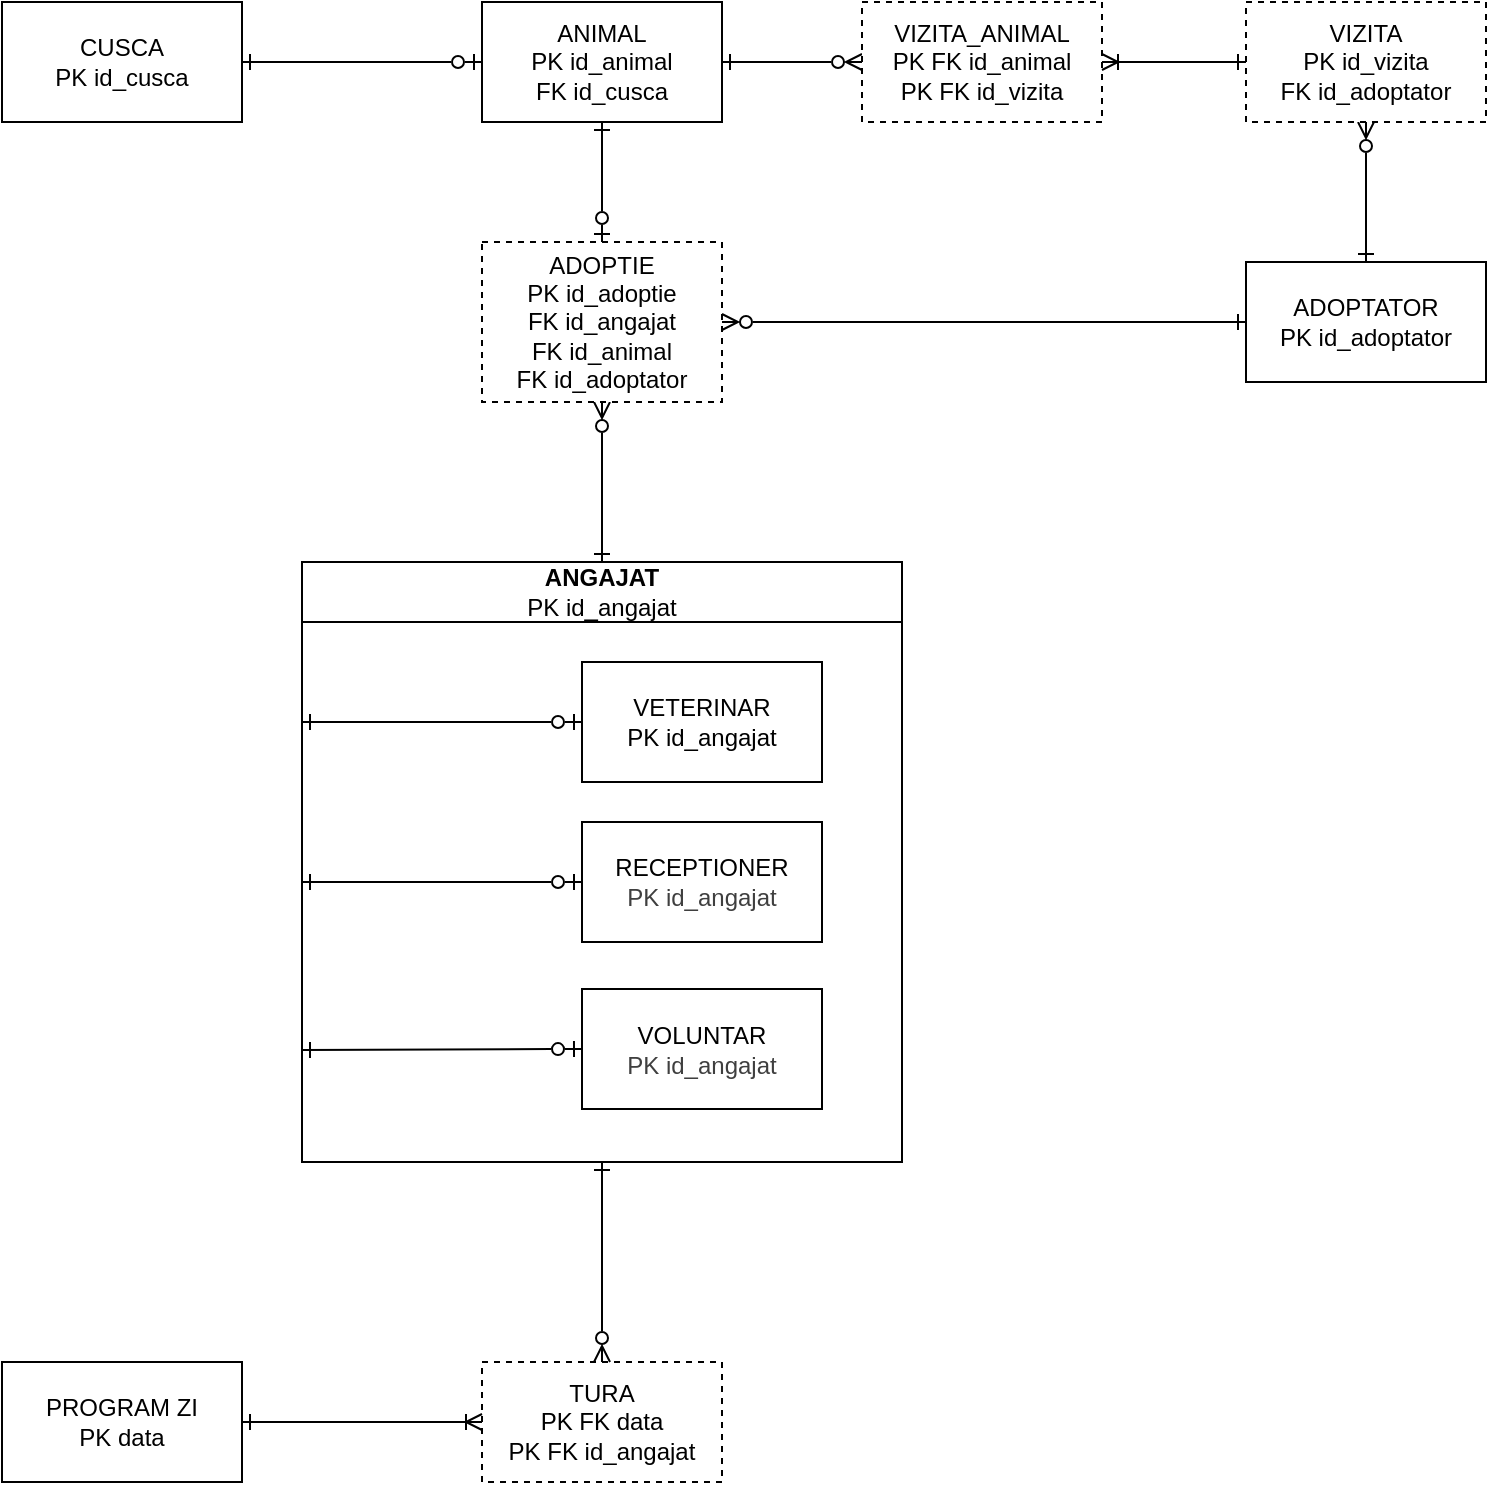
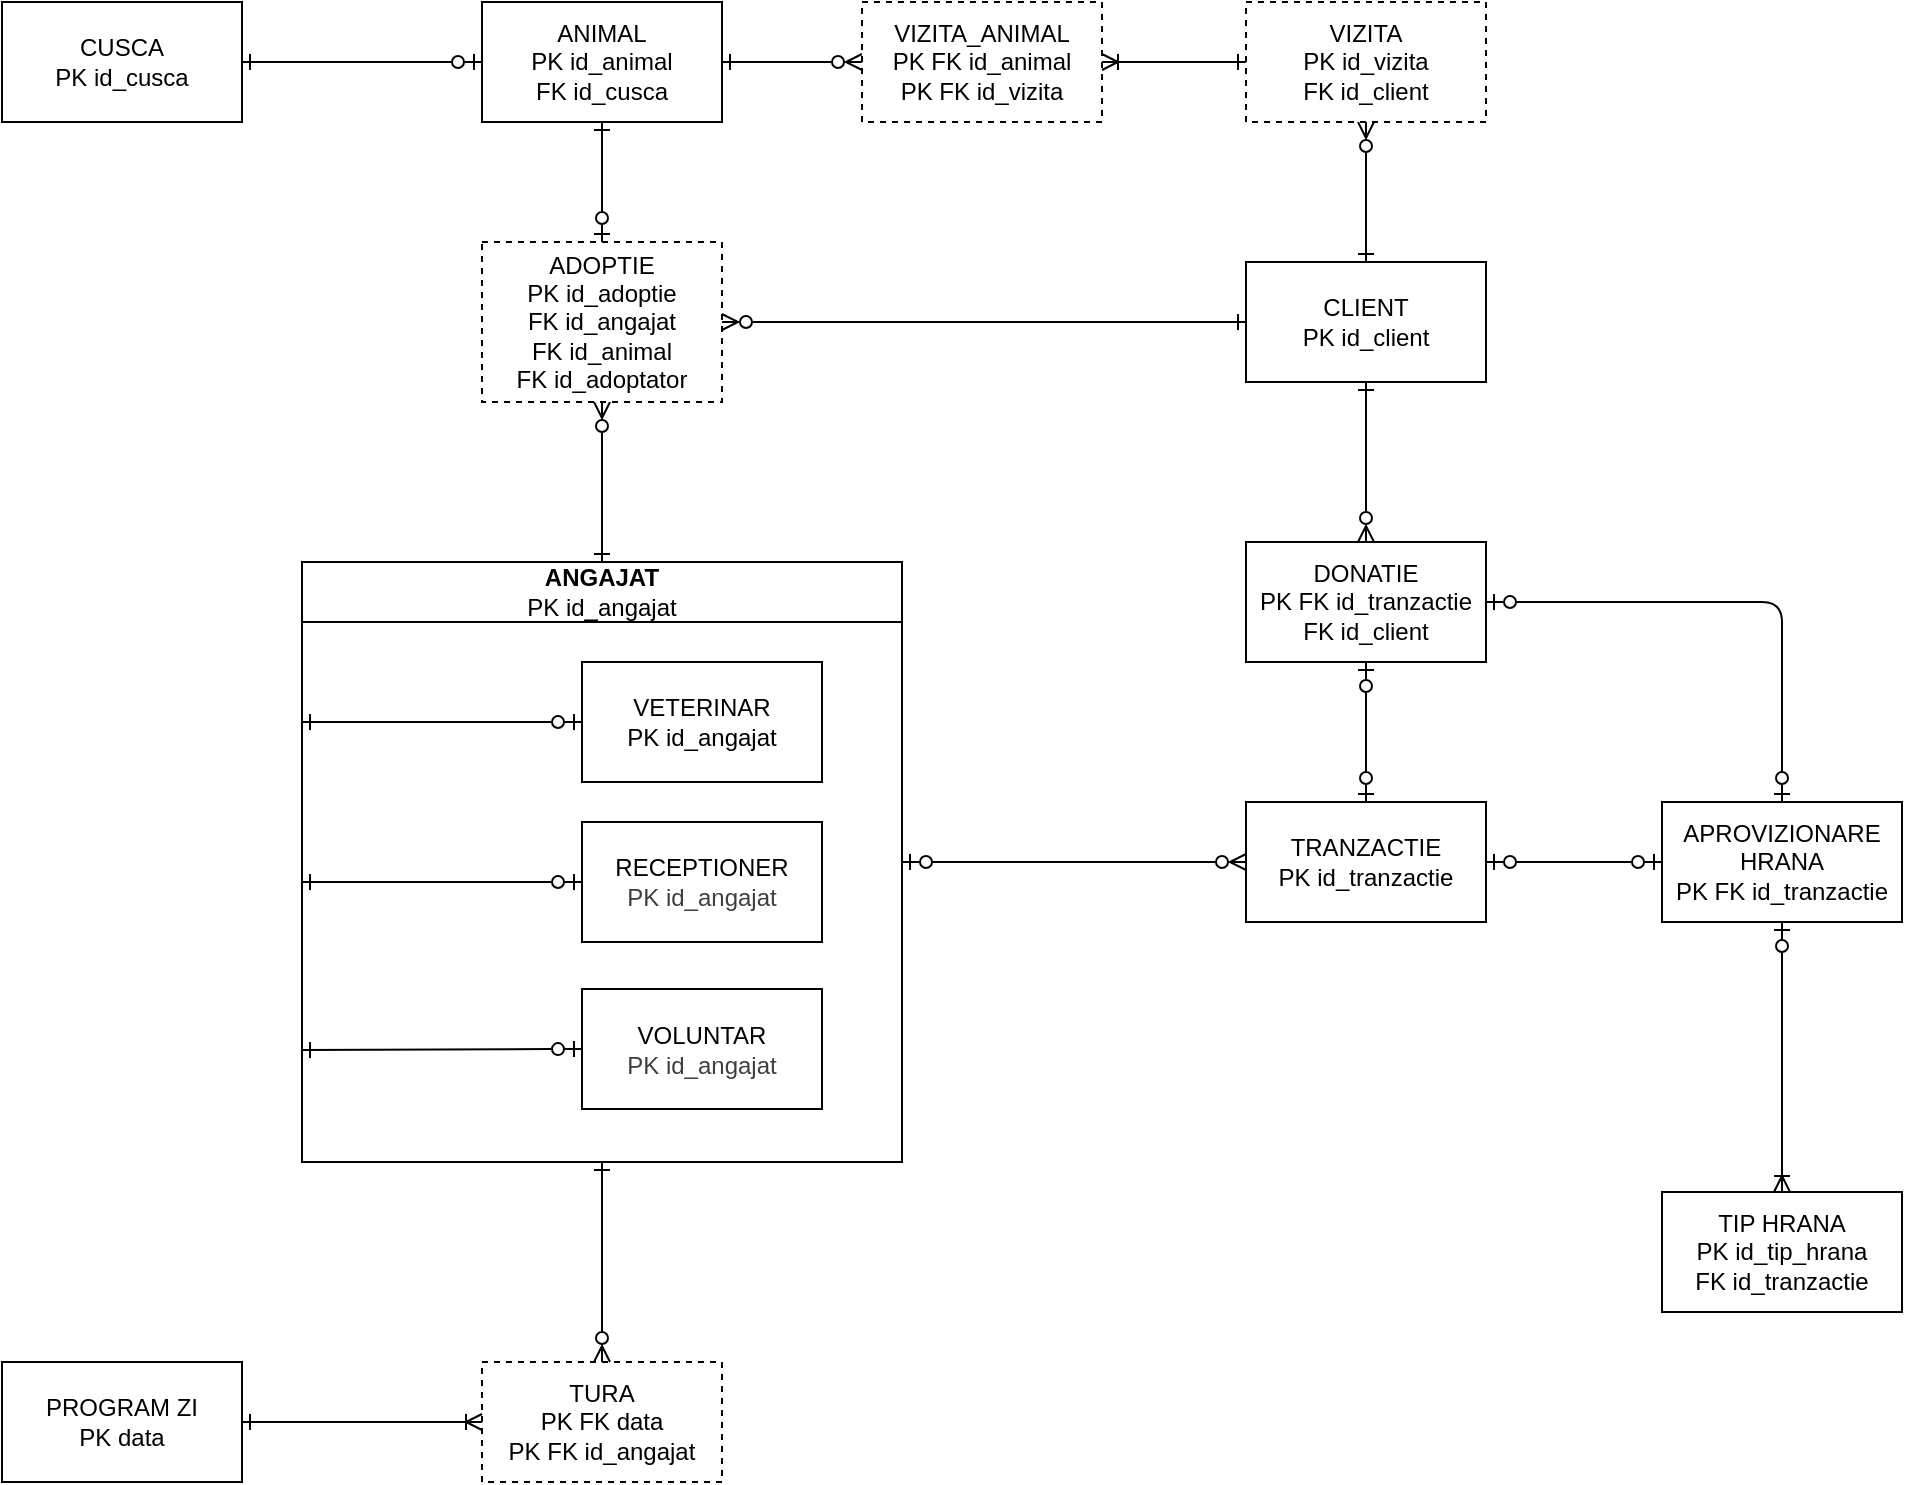
<mxfile host="65bd71144e">
    <diagram id="A1t5_ixmi6wKDEfljeF3" name="Page-1">
-         <mxGraphModel dx="1356" dy="907" grid="1" gridSize="10" guides="1" tooltips="1" connect="1" arrows="1" fold="1" page="1" pageScale="1" pageWidth="1169" pageHeight="827" math="0" shadow="0">
+         <mxGraphModel dx="686" dy="499" grid="1" gridSize="10" guides="1" tooltips="1" connect="1" arrows="1" fold="1" page="1" pageScale="1" pageWidth="1169" pageHeight="827" math="0" shadow="0">
            <root>
                <mxCell id="0"/>
                <mxCell id="1" parent="0"/>
                <mxCell id="14" value="ANIMAL&lt;div&gt;PK id_animal&lt;/div&gt;&lt;div&gt;FK id_cusca&lt;/div&gt;" style="rounded=0;whiteSpace=wrap;html=1;" parent="1" vertex="1">
                    <mxGeometry x="440" y="60" width="120" height="60" as="geometry"/>
                </mxCell>
-                 <mxCell id="17" value="ADOPTATOR&lt;div&gt;PK id_adoptator&lt;/div&gt;" style="rounded=0;whiteSpace=wrap;html=1;" parent="1" vertex="1">
+                 <mxCell id="17" value="&lt;div&gt;&lt;font color=&quot;#000000&quot;&gt;CLIENT&lt;/font&gt;&lt;/div&gt;&lt;div&gt;PK id_client&lt;/div&gt;" style="rounded=0;whiteSpace=wrap;html=1;" parent="1" vertex="1">
                    <mxGeometry x="822" y="190" width="120" height="60" as="geometry"/>
                </mxCell>
                <mxCell id="41" value="" style="group" parent="1" vertex="1" connectable="0">
                    <mxGeometry x="350" y="340" width="300" height="300" as="geometry"/>
                </mxCell>
                <mxCell id="16" value="ANGAJAT&lt;div&gt;&lt;span style=&quot;font-weight: normal;&quot;&gt;PK id_angajat&lt;/span&gt;&lt;/div&gt;" style="swimlane;whiteSpace=wrap;html=1;container=0;startSize=30;" parent="41" vertex="1">
                    <mxGeometry width="300" height="300" as="geometry">
                        <mxRectangle x="280" y="160" width="90" height="30" as="alternateBounds"/>
                    </mxGeometry>
                </mxCell>
                <mxCell id="31" value="" style="endArrow=ERzeroToOne;html=1;entryX=0;entryY=0.5;entryDx=0;entryDy=0;endFill=0;startArrow=ERone;startFill=0;" parent="41" target="21" edge="1">
                    <mxGeometry relative="1" as="geometry">
                        <mxPoint y="244" as="sourcePoint"/>
                        <mxPoint x="170" y="130" as="targetPoint"/>
                    </mxGeometry>
                </mxCell>
                <mxCell id="35" value="" style="endArrow=ERzeroToOne;html=1;entryX=0;entryY=0.5;entryDx=0;entryDy=0;endFill=0;startArrow=ERone;startFill=0;" parent="41" target="19" edge="1">
                    <mxGeometry relative="1" as="geometry">
                        <mxPoint y="80" as="sourcePoint"/>
                        <mxPoint x="170" y="130" as="targetPoint"/>
                        <Array as="points">
                            <mxPoint y="80"/>
                        </Array>
                    </mxGeometry>
                </mxCell>
                <mxCell id="19" value="VETERINAR&lt;div&gt;PK id_angajat&lt;/div&gt;" style="rounded=0;whiteSpace=wrap;html=1;container=0;" parent="41" vertex="1">
                    <mxGeometry x="140" y="50" width="120" height="60" as="geometry"/>
                </mxCell>
                <mxCell id="20" value="RECEPTIONER&lt;div&gt;&lt;span style=&quot;color: rgb(63, 63, 63);&quot;&gt;PK id_angajat&lt;/span&gt;&lt;/div&gt;" style="rounded=0;whiteSpace=wrap;html=1;container=0;" parent="41" vertex="1">
                    <mxGeometry x="140" y="130" width="120" height="60" as="geometry"/>
                </mxCell>
                <mxCell id="21" value="VOLUNTAR&lt;div&gt;&lt;span style=&quot;color: rgb(63, 63, 63);&quot;&gt;PK id_angajat&lt;/span&gt;&lt;/div&gt;" style="rounded=0;whiteSpace=wrap;html=1;container=0;" parent="41" vertex="1">
                    <mxGeometry x="140" y="213.5" width="120" height="60" as="geometry"/>
                </mxCell>
                <mxCell id="27" value="" style="endArrow=ERzeroToOne;html=1;entryX=0;entryY=0.5;entryDx=0;entryDy=0;endFill=0;startArrow=ERone;startFill=0;" parent="41" target="20" edge="1">
                    <mxGeometry relative="1" as="geometry">
                        <mxPoint y="160" as="sourcePoint"/>
                        <mxPoint x="160" y="170" as="targetPoint"/>
                    </mxGeometry>
                </mxCell>
                <mxCell id="42" value="TURA&lt;div&gt;PK FK data&lt;/div&gt;&lt;div&gt;PK FK id_angajat&lt;/div&gt;" style="rounded=0;whiteSpace=wrap;html=1;dashed=1;" parent="1" vertex="1">
                    <mxGeometry x="440" y="740" width="120" height="60" as="geometry"/>
                </mxCell>
                <mxCell id="44" value="CUSCA&lt;div&gt;PK id_cusca&lt;/div&gt;" style="rounded=0;whiteSpace=wrap;html=1;" parent="1" vertex="1">
                    <mxGeometry x="200" y="60" width="120" height="60" as="geometry"/>
                </mxCell>
                <mxCell id="45" value="" style="endArrow=ERzeroToMany;html=1;entryX=0.5;entryY=1;entryDx=0;entryDy=0;exitX=0.5;exitY=0;exitDx=0;exitDy=0;edgeStyle=orthogonalEdgeStyle;elbow=vertical;endFill=0;startArrow=ERone;startFill=0;" parent="1" source="16" target="91" edge="1">
                    <mxGeometry relative="1" as="geometry">
                        <mxPoint x="370" y="400" as="sourcePoint"/>
                        <mxPoint x="500" y="260" as="targetPoint"/>
                    </mxGeometry>
                </mxCell>
                <mxCell id="49" value="" style="endArrow=ERzeroToMany;html=1;entryX=0.5;entryY=0;entryDx=0;entryDy=0;exitX=0.5;exitY=1;exitDx=0;exitDy=0;endFill=0;startArrow=ERone;startFill=0;" parent="1" source="16" target="42" edge="1">
                    <mxGeometry relative="1" as="geometry">
                        <mxPoint x="90" y="524" as="sourcePoint"/>
                        <mxPoint x="250" y="524" as="targetPoint"/>
                    </mxGeometry>
                </mxCell>
                <mxCell id="54" value="" style="endArrow=ERone;html=1;exitX=1;exitY=0.5;exitDx=0;exitDy=0;entryX=0;entryY=0.5;entryDx=0;entryDy=0;endFill=0;startArrow=ERzeroToMany;startFill=0;" parent="1" source="91" target="17" edge="1">
                    <mxGeometry relative="1" as="geometry">
                        <mxPoint x="590" y="220" as="sourcePoint"/>
                        <mxPoint x="530" y="400" as="targetPoint"/>
                    </mxGeometry>
                </mxCell>
                <mxCell id="58" value="" style="endArrow=ERzeroToOne;html=1;exitX=0.5;exitY=1;exitDx=0;exitDy=0;entryX=0.5;entryY=0;entryDx=0;entryDy=0;endFill=0;startArrow=ERone;startFill=0;" parent="1" source="14" target="91" edge="1">
                    <mxGeometry relative="1" as="geometry">
                        <mxPoint x="370" y="400" as="sourcePoint"/>
                        <mxPoint x="500" y="180" as="targetPoint"/>
                    </mxGeometry>
                </mxCell>
                <mxCell id="62" value="" style="endArrow=ERzeroToOne;html=1;exitX=1;exitY=0.5;exitDx=0;exitDy=0;entryX=0;entryY=0.5;entryDx=0;entryDy=0;endFill=0;startArrow=ERone;startFill=0;" parent="1" source="44" target="14" edge="1">
                    <mxGeometry relative="1" as="geometry">
                        <mxPoint x="370" y="400" as="sourcePoint"/>
                        <mxPoint x="530" y="400" as="targetPoint"/>
                    </mxGeometry>
                </mxCell>
                <mxCell id="72" value="" style="endArrow=ERone;html=1;entryX=0.5;entryY=0;entryDx=0;entryDy=0;endFill=0;exitX=0.5;exitY=1;exitDx=0;exitDy=0;startArrow=ERzeroToMany;startFill=0;" parent="1" source="90" target="17" edge="1">
                    <mxGeometry relative="1" as="geometry">
                        <mxPoint x="1102" y="190" as="sourcePoint"/>
                        <mxPoint x="682" y="490" as="targetPoint"/>
                    </mxGeometry>
                </mxCell>
                <mxCell id="78" value="" style="endArrow=ERzeroToMany;html=1;exitX=1;exitY=0.5;exitDx=0;exitDy=0;endFill=0;entryX=0;entryY=0.5;entryDx=0;entryDy=0;startArrow=ERone;startFill=0;" parent="1" source="14" target="92" edge="1">
                    <mxGeometry relative="1" as="geometry">
                        <mxPoint x="670" y="89.55000000000001" as="sourcePoint"/>
                        <mxPoint x="900" y="100" as="targetPoint"/>
                        <Array as="points"/>
                    </mxGeometry>
                </mxCell>
                <mxCell id="83" value="PROGRAM ZI&lt;div&gt;PK data&lt;/div&gt;" style="rounded=0;whiteSpace=wrap;html=1;" parent="1" vertex="1">
                    <mxGeometry x="200" y="740" width="120" height="60" as="geometry"/>
                </mxCell>
                <mxCell id="84" value="" style="endArrow=ERoneToMany;html=1;exitX=1;exitY=0.5;exitDx=0;exitDy=0;entryX=0;entryY=0.5;entryDx=0;entryDy=0;endFill=0;startArrow=ERone;startFill=0;" parent="1" source="83" target="42" edge="1">
                    <mxGeometry relative="1" as="geometry">
                        <mxPoint x="440" y="710" as="sourcePoint"/>
                        <mxPoint x="600" y="710" as="targetPoint"/>
                    </mxGeometry>
                </mxCell>
-                 <mxCell id="90" value="VIZITA&lt;div&gt;PK id_vizita&lt;/div&gt;&lt;div&gt;FK id_adoptator&lt;/div&gt;" style="rounded=0;whiteSpace=wrap;html=1;dashed=1;" parent="1" vertex="1">
+                 <mxCell id="90" value="VIZITA&lt;div&gt;PK id_vizita&lt;/div&gt;&lt;div&gt;FK id_client&lt;/div&gt;" style="rounded=0;whiteSpace=wrap;html=1;dashed=1;" parent="1" vertex="1">
                    <mxGeometry x="822" y="60" width="120" height="60" as="geometry"/>
                </mxCell>
-                 <mxCell id="91" value="ADOPTIE&lt;div&gt;PK id_adoptie&lt;/div&gt;&lt;div&gt;FK id_angajat&lt;/div&gt;&lt;div&gt;FK id_animal&lt;/div&gt;&lt;div&gt;FK id_adoptator&lt;/div&gt;" style="rounded=0;whiteSpace=wrap;html=1;dashed=1;" vertex="1" parent="1">
+                 <mxCell id="91" value="ADOPTIE&lt;div&gt;PK id_adoptie&lt;/div&gt;&lt;div&gt;FK id_angajat&lt;/div&gt;&lt;div&gt;FK id_animal&lt;/div&gt;&lt;div&gt;FK id_adoptator&lt;/div&gt;" style="rounded=0;whiteSpace=wrap;html=1;dashed=1;" parent="1" vertex="1">
                    <mxGeometry x="440" y="180" width="120" height="80" as="geometry"/>
                </mxCell>
-                 <mxCell id="92" value="VIZITA_ANIMAL&lt;div&gt;PK FK id_animal&lt;/div&gt;&lt;div&gt;PK FK id_vizita&lt;/div&gt;" style="rounded=0;whiteSpace=wrap;html=1;dashed=1;" vertex="1" parent="1">
+                 <mxCell id="92" value="VIZITA_ANIMAL&lt;div&gt;PK FK id_animal&lt;/div&gt;&lt;div&gt;PK FK id_vizita&lt;/div&gt;" style="rounded=0;whiteSpace=wrap;html=1;dashed=1;" parent="1" vertex="1">
                    <mxGeometry x="630" y="60" width="120" height="60" as="geometry"/>
                </mxCell>
-                 <mxCell id="93" value="" style="endArrow=ERone;html=1;entryX=0;entryY=0.5;entryDx=0;entryDy=0;exitX=1;exitY=0.5;exitDx=0;exitDy=0;endFill=0;startArrow=ERoneToMany;startFill=0;" edge="1" parent="1" source="92" target="90">
+                 <mxCell id="93" value="" style="endArrow=ERone;html=1;entryX=0;entryY=0.5;entryDx=0;entryDy=0;exitX=1;exitY=0.5;exitDx=0;exitDy=0;endFill=0;startArrow=ERoneToMany;startFill=0;" parent="1" source="92" target="90" edge="1">
                    <mxGeometry relative="1" as="geometry">
                        <mxPoint x="550" y="160" as="sourcePoint"/>
                        <mxPoint x="710" y="160" as="targetPoint"/>
+                     </mxGeometry>
+                 </mxCell>
+                 <mxCell id="96" value="TRANZACTIE&lt;div&gt;PK id_tranzactie&lt;/div&gt;" style="rounded=0;whiteSpace=wrap;html=1;" vertex="1" parent="1">
+                     <mxGeometry x="822" y="460" width="120" height="60" as="geometry"/>
+                 </mxCell>
+                 <mxCell id="97" value="" style="endArrow=ERzeroToMany;html=1;exitX=1;exitY=0.5;exitDx=0;exitDy=0;entryX=0;entryY=0.5;entryDx=0;entryDy=0;endFill=0;startArrow=ERzeroToOne;startFill=0;" edge="1" parent="1" target="96" source="16">
+                     <mxGeometry relative="1" as="geometry">
+                         <mxPoint x="699" y="535" as="sourcePoint"/>
+                         <mxPoint x="809" y="275" as="targetPoint"/>
+                     </mxGeometry>
+                 </mxCell>
+                 <mxCell id="101" value="DONATIE&lt;div&gt;PK FK id_tranzactie&lt;/div&gt;&lt;div&gt;FK id_client&lt;/div&gt;" style="rounded=0;whiteSpace=wrap;html=1;" vertex="1" parent="1">
+                     <mxGeometry x="822" y="330" width="120" height="60" as="geometry"/>
+                 </mxCell>
+                 <mxCell id="102" value="APROVIZIONARE&lt;div&gt;HRANA&lt;/div&gt;&lt;div&gt;PK FK id_tranzactie&lt;/div&gt;" style="rounded=0;whiteSpace=wrap;html=1;" vertex="1" parent="1">
+                     <mxGeometry x="1030" y="460" width="120" height="60" as="geometry"/>
+                 </mxCell>
+                 <mxCell id="103" value="TIP HRANA&lt;div&gt;PK id_tip_hrana&lt;/div&gt;&lt;div&gt;FK id_tranzactie&lt;/div&gt;" style="rounded=0;whiteSpace=wrap;html=1;" vertex="1" parent="1">
+                     <mxGeometry x="1030" y="655" width="120" height="60" as="geometry"/>
+                 </mxCell>
+                 <mxCell id="104" value="" style="endArrow=ERzeroToOne;html=1;exitX=0.5;exitY=1;exitDx=0;exitDy=0;endFill=0;startArrow=ERzeroToOne;startFill=0;entryX=0.5;entryY=0;entryDx=0;entryDy=0;" edge="1" parent="1" source="101" target="96">
+                     <mxGeometry relative="1" as="geometry">
+                         <mxPoint x="709" y="545" as="sourcePoint"/>
+                         <mxPoint x="859" y="505" as="targetPoint"/>
+                     </mxGeometry>
+                 </mxCell>
+                 <mxCell id="107" value="" style="endArrow=ERzeroToOne;html=1;exitX=1;exitY=0.5;exitDx=0;exitDy=0;entryX=0;entryY=0.5;entryDx=0;entryDy=0;endFill=0;startArrow=ERzeroToOne;startFill=0;" edge="1" parent="1" source="96" target="102">
+                     <mxGeometry relative="1" as="geometry">
+                         <mxPoint x="939" y="570" as="sourcePoint"/>
+                         <mxPoint x="1039" y="570" as="targetPoint"/>
+                     </mxGeometry>
+                 </mxCell>
+                 <mxCell id="111" value="" style="endArrow=ERoneToMany;html=1;entryX=0.5;entryY=0;entryDx=0;entryDy=0;endFill=0;exitX=0.5;exitY=1;exitDx=0;exitDy=0;startArrow=ERzeroToOne;startFill=0;" edge="1" parent="1" source="102" target="103">
+                     <mxGeometry relative="1" as="geometry">
+                         <mxPoint x="1110" y="635" as="sourcePoint"/>
+                         <mxPoint x="930" y="395" as="targetPoint"/>
+                     </mxGeometry>
+                 </mxCell>
+                 <mxCell id="114" value="" style="endArrow=ERzeroToOne;html=1;exitX=1;exitY=0.5;exitDx=0;exitDy=0;entryX=0.5;entryY=0;entryDx=0;entryDy=0;endFill=0;startArrow=ERzeroToOne;startFill=0;" edge="1" parent="1" source="101" target="102">
+                     <mxGeometry relative="1" as="geometry">
+                         <mxPoint x="959" y="685" as="sourcePoint"/>
+                         <mxPoint x="1089" y="685" as="targetPoint"/>
+                         <Array as="points">
+                             <mxPoint x="1090" y="360"/>
+                         </Array>
+                     </mxGeometry>
+                 </mxCell>
+                 <mxCell id="118" value="" style="endArrow=ERzeroToMany;html=1;entryX=0.5;entryY=0;entryDx=0;entryDy=0;endFill=0;exitX=0.5;exitY=1;exitDx=0;exitDy=0;startArrow=ERone;startFill=0;" edge="1" parent="1" target="101" source="17">
+                     <mxGeometry relative="1" as="geometry">
+                         <mxPoint x="859" y="295" as="sourcePoint"/>
+                         <mxPoint x="869" y="245" as="targetPoint"/>
                    </mxGeometry>
                </mxCell>
            </root>
        </mxGraphModel>
    </diagram>
</mxfile>